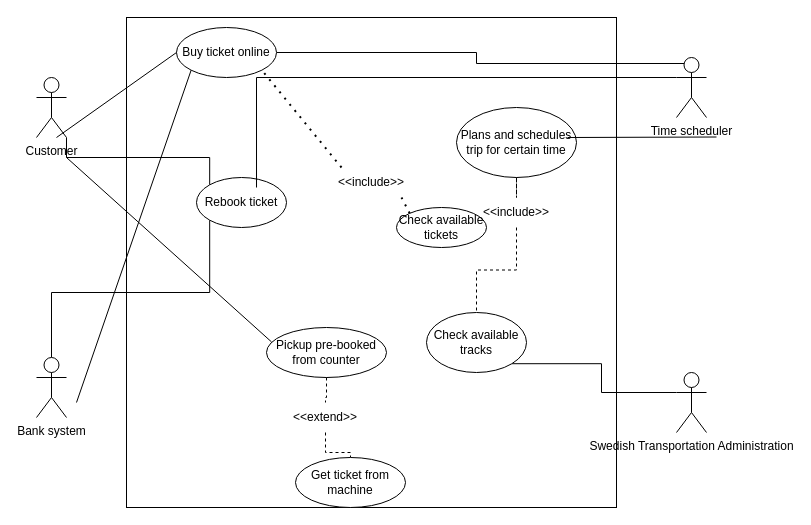
Before: Use case diagram.drawio in iafsh/TDDC88-lab3-UML, a draw.io diagram. Source tidied: cells renumbered, new cells numbered last; positions are measured from the earlier drawing's top-left corner, leaving out a move shared by most shapes. Both pictures are drawn from the tidied source at 100%, with x=0, y=0 at pixel (36, 17).
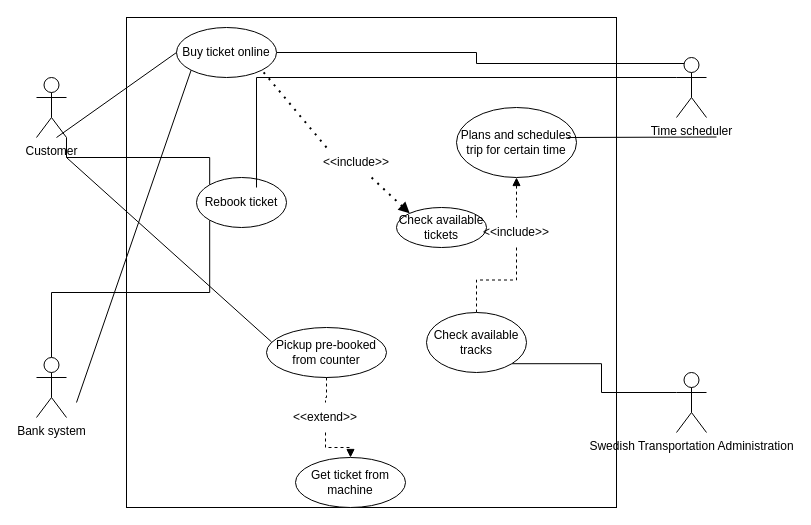
The same page after the edit.

The change refers to these unchanged cells:
```xml
<mxCell id="13" value="Check available&lt;div&gt;tickets&lt;/div&gt;" style="ellipse;whiteSpace=wrap;html=1;" parent="1" vertex="1">
  <mxGeometry x="360" y="190" width="90" height="40" as="geometry" />
</mxCell>
<mxCell id="18" value="Plans and schedules trip for certain time" style="ellipse;whiteSpace=wrap;html=1;" parent="1" vertex="1">
  <mxGeometry x="420" y="90" width="120" height="70" as="geometry" />
</mxCell>
<mxCell id="25" value="Get ticket from machine" style="ellipse;whiteSpace=wrap;html=1;" parent="1" vertex="1">
  <mxGeometry x="259" y="440" width="110" height="50" as="geometry" />
</mxCell>
<mxCell id="29" value="&amp;lt;&amp;lt;extend&amp;gt;&amp;gt;" style="text;html=1;align=center;verticalAlign=middle;whiteSpace=wrap;rounded=0;" parent="1" vertex="1">
  <mxGeometry x="259" y="385" width="60" height="30" as="geometry" />
</mxCell>
```

The edit, as a diff of the source:
```diff
@@
-    <mxCell id="15" style="endArrow=none;dashed=1;html=1;dashPattern=1 3;strokeWidth=2;rounded=0;exitX=0;exitY=0;exitDx=0;exitDy=0;entryX=1;entryY=1;entryDx=0;entryDy=0;" parent="1" edge="1" source="13" target="16">
+    <mxCell id="15" style="endArrow=none;dashed=1;html=1;dashPattern=1 3;strokeWidth=2;rounded=0;exitX=0;exitY=0;exitDx=0;exitDy=0;startArrow=block;startFill=1;entryX=0.75;entryY=1;entryDx=0;entryDy=0;" parent="1" edge="1" source="13" target="16">
       <mxGeometry relative="1" as="geometry" />
     </mxCell>
     <mxCell id="16" value="&amp;lt;&amp;lt;include&amp;gt;&amp;gt;" style="text;html=1;align=center;verticalAlign=middle;whiteSpace=wrap;rounded=0;" parent="1" vertex="1">
-      <mxGeometry x="305" y="150" width="60" height="30" as="geometry" />
+      <mxGeometry x="290" y="130" width="60" height="30" as="geometry" />
     </mxCell>
@@
-    <mxCell id="20" style="edgeStyle=orthogonalEdgeStyle;rounded=0;jettySize=auto;html=1;entryX=0.5;entryY=0;entryDx=0;entryDy=0;dashed=1;endArrow=none;endFill=0;" parent="1" edge="1" source="29" target="25">
-      <mxGeometry relative="1" as="geometry" />
+    <mxCell id="20" style="edgeStyle=orthogonalEdgeStyle;rounded=0;jettySize=auto;html=1;entryX=0.5;entryY=0;entryDx=0;entryDy=0;dashed=1;endArrow=block;endFill=1;" parent="1" edge="1" source="29" target="25">
+      <mxGeometry relative="1" as="geometry">
+        <Array as="points">
+          <mxPoint x="289" y="430" />
+          <mxPoint x="314" y="430" />
+        </Array>
+      </mxGeometry>
     </mxCell>
@@
-    <mxCell id="26" style="edgeStyle=orthogonalEdgeStyle;rounded=0;jettySize=auto;html=1;dashed=1;endArrow=none;endFill=0;" parent="1" edge="1" source="18" target="27">
+    <mxCell id="26" style="edgeStyle=orthogonalEdgeStyle;rounded=0;jettySize=auto;html=1;dashed=1;endArrow=none;endFill=0;startArrow=block;startFill=1;" parent="1" edge="1" source="18" target="27">
       <mxGeometry relative="1" as="geometry" />
     </mxCell>
     <mxCell id="27" value="&amp;lt;&amp;lt;include&amp;gt;&amp;gt;" style="text;html=1;align=center;verticalAlign=middle;whiteSpace=wrap;rounded=0;" parent="1" vertex="1">
-      <mxGeometry x="450" y="180" width="60" height="30" as="geometry" />
+      <mxGeometry x="450" y="200" width="60" height="30" as="geometry" />
     </mxCell>
```
